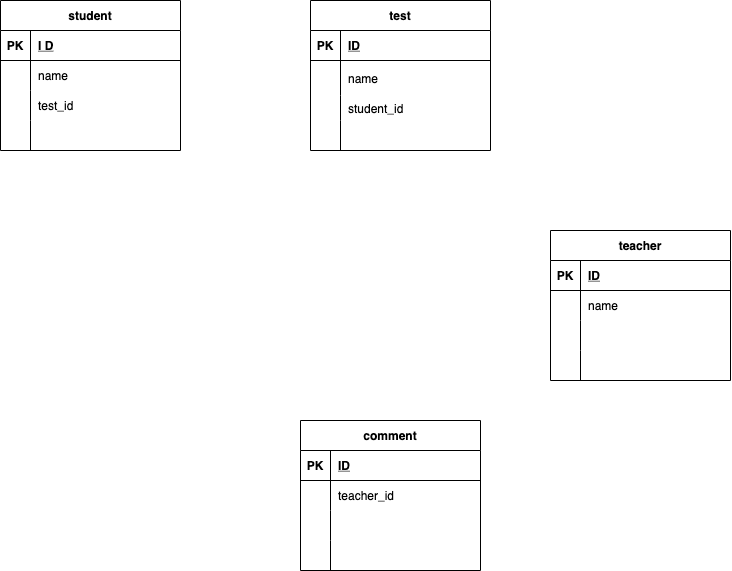
Above: index.drawio.png in daisuke88888/ER (draw.io), before the change. Source tidied: cells renumbered, new cells last; positions are measured from the earlier drawing's top-left corner, leaving out a move shared by most shapes. Source of this version:
```xml
<mxGraphModel>
  <root>
    <mxCell id="0" />
    <mxCell id="1" parent="0" />
    <mxCell id="2" value="student" style="shape=table;startSize=30;rowLines=0;fontStyle=1;align=center;" parent="1" vertex="1">
      <mxGeometry width="180" height="150" as="geometry" />
    </mxCell>
    <mxCell id="3" style="shape=partialRectangle;fillColor=none;top=0;left=0;bottom=1;right=0;" parent="2" vertex="1">
      <mxGeometry y="30" width="180" height="30" as="geometry" />
    </mxCell>
    <mxCell id="4" value="PK" style="shape=partialRectangle;fillColor=none;top=0;left=0;bottom=0;right=0;fontStyle=1;overflow=hidden;" parent="3" vertex="1">
      <mxGeometry width="30" height="30" as="geometry" />
    </mxCell>
    <mxCell id="5" value="I D" style="shape=partialRectangle;fillColor=none;top=0;left=0;bottom=0;right=0;align=left;spacingLeft=6;fontStyle=5;overflow=hidden;" parent="3" vertex="1">
      <mxGeometry x="30" width="150" height="30" as="geometry" />
    </mxCell>
    <mxCell id="6" style="shape=partialRectangle;fillColor=none;top=0;left=0;bottom=0;right=0;" parent="2" vertex="1">
      <mxGeometry y="60" width="180" height="30" as="geometry" />
    </mxCell>
    <mxCell id="7" style="shape=partialRectangle;fillColor=none;top=0;left=0;bottom=0;right=0;overflow=hidden;" parent="6" vertex="1">
      <mxGeometry width="30" height="30" as="geometry" />
    </mxCell>
    <mxCell id="8" value="name " style="shape=partialRectangle;fillColor=none;top=0;left=0;bottom=0;right=0;align=left;spacingLeft=6;overflow=hidden;" parent="6" vertex="1">
      <mxGeometry x="30" width="150" height="30" as="geometry" />
    </mxCell>
    <mxCell id="9" style="shape=partialRectangle;fillColor=none;top=0;left=0;bottom=0;right=0;" parent="2" vertex="1">
      <mxGeometry y="90" width="180" height="30" as="geometry" />
    </mxCell>
    <mxCell id="10" style="shape=partialRectangle;fillColor=none;top=0;left=0;bottom=0;right=0;overflow=hidden;" parent="9" vertex="1">
      <mxGeometry width="30" height="30" as="geometry" />
    </mxCell>
    <mxCell id="11" value="test_id" style="shape=partialRectangle;fillColor=none;top=0;left=0;bottom=0;right=0;align=left;spacingLeft=6;overflow=hidden;" parent="9" vertex="1">
      <mxGeometry x="30" width="150" height="30" as="geometry" />
    </mxCell>
    <mxCell id="12" style="shape=partialRectangle;fillColor=none;top=0;left=0;bottom=0;right=0;" parent="2" vertex="1">
      <mxGeometry y="120" width="180" height="30" as="geometry" />
    </mxCell>
    <mxCell id="13" style="shape=partialRectangle;fillColor=none;top=0;left=0;bottom=0;right=0;overflow=hidden;" parent="12" vertex="1">
      <mxGeometry width="30" height="30" as="geometry" />
    </mxCell>
    <mxCell id="14" style="shape=partialRectangle;fillColor=none;top=0;left=0;bottom=0;right=0;align=left;spacingLeft=6;overflow=hidden;" parent="12" vertex="1">
      <mxGeometry x="30" width="150" height="30" as="geometry" />
    </mxCell>
    <mxCell id="15" value="test" style="shape=table;startSize=30;rowLines=0;fontStyle=1;align=center;" parent="1" vertex="1">
      <mxGeometry x="310" width="180" height="150" as="geometry" />
    </mxCell>
    <mxCell id="16" style="shape=partialRectangle;fillColor=none;top=0;left=0;bottom=1;right=0;" parent="15" vertex="1">
      <mxGeometry y="30" width="180" height="30" as="geometry" />
    </mxCell>
    <mxCell id="17" value="PK" style="shape=partialRectangle;fillColor=none;top=0;left=0;bottom=0;right=0;fontStyle=1;overflow=hidden;" parent="16" vertex="1">
      <mxGeometry width="30" height="30" as="geometry" />
    </mxCell>
    <mxCell id="18" value="ID" style="shape=partialRectangle;fillColor=none;top=0;left=0;bottom=0;right=0;align=left;spacingLeft=6;fontStyle=5;overflow=hidden;" parent="16" vertex="1">
      <mxGeometry x="30" width="150" height="30" as="geometry" />
    </mxCell>
    <mxCell id="19" style="shape=partialRectangle;fillColor=none;top=0;left=0;bottom=0;right=0;" parent="15" vertex="1">
      <mxGeometry y="60" width="180" height="35" as="geometry" />
    </mxCell>
    <mxCell id="20" style="shape=partialRectangle;fillColor=none;top=0;left=0;bottom=0;right=0;overflow=hidden;" parent="19" vertex="1">
      <mxGeometry width="30" height="35" as="geometry" />
    </mxCell>
    <mxCell id="21" value="name" style="shape=partialRectangle;fillColor=none;top=0;left=0;bottom=0;right=0;align=left;spacingLeft=6;overflow=hidden;" parent="19" vertex="1">
      <mxGeometry x="30" width="150" height="35" as="geometry" />
    </mxCell>
    <mxCell id="22" style="shape=partialRectangle;fillColor=none;top=0;left=0;bottom=0;right=0;" parent="15" vertex="1">
      <mxGeometry y="95" width="180" height="25" as="geometry" />
    </mxCell>
    <mxCell id="23" style="shape=partialRectangle;fillColor=none;top=0;left=0;bottom=0;right=0;overflow=hidden;" parent="22" vertex="1">
      <mxGeometry width="30" height="25" as="geometry" />
    </mxCell>
    <mxCell id="24" value="student_id" style="shape=partialRectangle;fillColor=none;top=0;left=0;bottom=0;right=0;align=left;spacingLeft=6;overflow=hidden;" parent="22" vertex="1">
      <mxGeometry x="30" width="150" height="25" as="geometry" />
    </mxCell>
    <mxCell id="25" style="shape=partialRectangle;fillColor=none;top=0;left=0;bottom=0;right=0;points=[[0,0.5],[1,0.5]];portConstraint=eastwest;" parent="15" vertex="1">
      <mxGeometry y="120" width="180" height="30" as="geometry" />
    </mxCell>
    <mxCell id="26" style="shape=partialRectangle;fillColor=none;top=0;left=0;bottom=0;right=0;overflow=hidden;" parent="25" vertex="1">
      <mxGeometry width="30" height="30" as="geometry" />
    </mxCell>
    <mxCell id="27" style="shape=partialRectangle;fillColor=none;top=0;left=0;bottom=0;right=0;align=left;spacingLeft=6;overflow=hidden;" parent="25" vertex="1">
      <mxGeometry x="30" width="150" height="30" as="geometry" />
    </mxCell>
    <mxCell id="28" value="teacher" style="shape=table;startSize=30;rowLines=0;fontStyle=1;align=center;" parent="1" vertex="1">
      <mxGeometry x="550" y="230" width="180" height="150" as="geometry" />
    </mxCell>
    <mxCell id="29" style="shape=partialRectangle;fillColor=none;top=0;left=0;bottom=1;right=0;" parent="28" vertex="1">
      <mxGeometry y="30" width="180" height="30" as="geometry" />
    </mxCell>
    <mxCell id="30" value="PK" style="shape=partialRectangle;fillColor=none;top=0;left=0;bottom=0;right=0;fontStyle=1;overflow=hidden;" parent="29" vertex="1">
      <mxGeometry width="30" height="30" as="geometry" />
    </mxCell>
    <mxCell id="31" value="ID" style="shape=partialRectangle;fillColor=none;top=0;left=0;bottom=0;right=0;align=left;spacingLeft=6;fontStyle=5;overflow=hidden;" parent="29" vertex="1">
      <mxGeometry x="30" width="150" height="30" as="geometry" />
    </mxCell>
    <mxCell id="32" style="shape=partialRectangle;fillColor=none;top=0;left=0;bottom=0;right=0;points=[[0,0.5],[1,0.5]];portConstraint=eastwest;" parent="28" vertex="1">
      <mxGeometry y="60" width="180" height="30" as="geometry" />
    </mxCell>
    <mxCell id="33" style="shape=partialRectangle;fillColor=none;top=0;left=0;bottom=0;right=0;overflow=hidden;" parent="32" vertex="1">
      <mxGeometry width="30" height="30" as="geometry" />
    </mxCell>
    <mxCell id="34" value="name" style="shape=partialRectangle;fillColor=none;top=0;left=0;bottom=0;right=0;align=left;spacingLeft=6;overflow=hidden;" parent="32" vertex="1">
      <mxGeometry x="30" width="150" height="30" as="geometry" />
    </mxCell>
    <mxCell id="35" style="shape=partialRectangle;fillColor=none;top=0;left=0;bottom=0;right=0;" parent="28" vertex="1">
      <mxGeometry y="90" width="180" height="30" as="geometry" />
    </mxCell>
    <mxCell id="36" style="shape=partialRectangle;fillColor=none;top=0;left=0;bottom=0;right=0;overflow=hidden;" parent="35" vertex="1">
      <mxGeometry width="30" height="30" as="geometry" />
    </mxCell>
    <mxCell id="37" style="shape=partialRectangle;fillColor=none;top=0;left=0;bottom=0;right=0;align=left;spacingLeft=6;overflow=hidden;" parent="35" vertex="1">
      <mxGeometry x="30" width="150" height="30" as="geometry" />
    </mxCell>
    <mxCell id="38" style="shape=partialRectangle;fillColor=none;top=0;left=0;bottom=0;right=0;" parent="28" vertex="1">
      <mxGeometry y="120" width="180" height="30" as="geometry" />
    </mxCell>
    <mxCell id="39" style="shape=partialRectangle;fillColor=none;top=0;left=0;bottom=0;right=0;overflow=hidden;" parent="38" vertex="1">
      <mxGeometry width="30" height="30" as="geometry" />
    </mxCell>
    <mxCell id="40" style="shape=partialRectangle;fillColor=none;top=0;left=0;bottom=0;right=0;align=left;spacingLeft=6;overflow=hidden;" parent="38" vertex="1">
      <mxGeometry x="30" width="150" height="30" as="geometry" />
    </mxCell>
    <mxCell id="41" value="comment" style="shape=table;startSize=30;rowLines=0;fontStyle=1;align=center;" parent="1" vertex="1">
      <mxGeometry x="300" y="420" width="180" height="150" as="geometry" />
    </mxCell>
    <mxCell id="42" style="shape=partialRectangle;fillColor=none;top=0;left=0;bottom=1;right=0;" parent="41" vertex="1">
      <mxGeometry y="30" width="180" height="30" as="geometry" />
    </mxCell>
    <mxCell id="43" value="PK" style="shape=partialRectangle;fillColor=none;top=0;left=0;bottom=0;right=0;fontStyle=1;overflow=hidden;" parent="42" vertex="1">
      <mxGeometry width="30" height="30" as="geometry" />
    </mxCell>
    <mxCell id="44" value="ID" style="shape=partialRectangle;fillColor=none;top=0;left=0;bottom=0;right=0;align=left;spacingLeft=6;fontStyle=5;overflow=hidden;" parent="42" vertex="1">
      <mxGeometry x="30" width="150" height="30" as="geometry" />
    </mxCell>
    <mxCell id="45" style="shape=partialRectangle;fillColor=none;top=0;left=0;bottom=0;right=0;" parent="41" vertex="1">
      <mxGeometry y="60" width="180" height="30" as="geometry" />
    </mxCell>
    <mxCell id="46" style="shape=partialRectangle;fillColor=none;top=0;left=0;bottom=0;right=0;overflow=hidden;" parent="45" vertex="1">
      <mxGeometry width="30" height="30" as="geometry" />
    </mxCell>
    <mxCell id="47" value="teacher_id" style="shape=partialRectangle;fillColor=none;top=0;left=0;bottom=0;right=0;align=left;spacingLeft=6;overflow=hidden;" parent="45" vertex="1">
      <mxGeometry x="30" width="150" height="30" as="geometry" />
    </mxCell>
    <mxCell id="48" style="shape=partialRectangle;fillColor=none;top=0;left=0;bottom=0;right=0;" parent="41" vertex="1">
      <mxGeometry y="90" width="180" height="30" as="geometry" />
    </mxCell>
    <mxCell id="49" style="shape=partialRectangle;fillColor=none;top=0;left=0;bottom=0;right=0;overflow=hidden;" parent="48" vertex="1">
      <mxGeometry width="30" height="30" as="geometry" />
    </mxCell>
    <mxCell id="50" style="shape=partialRectangle;fillColor=none;top=0;left=0;bottom=0;right=0;align=left;spacingLeft=6;overflow=hidden;" parent="48" vertex="1">
      <mxGeometry x="30" width="150" height="30" as="geometry" />
    </mxCell>
    <mxCell id="51" style="shape=partialRectangle;fillColor=none;top=0;left=0;bottom=0;right=0;" parent="41" vertex="1">
      <mxGeometry y="120" width="180" height="30" as="geometry" />
    </mxCell>
    <mxCell id="52" style="shape=partialRectangle;fillColor=none;top=0;left=0;bottom=0;right=0;overflow=hidden;" parent="51" vertex="1">
      <mxGeometry width="30" height="30" as="geometry" />
    </mxCell>
    <mxCell id="53" style="shape=partialRectangle;fillColor=none;top=0;left=0;bottom=0;right=0;align=left;spacingLeft=6;overflow=hidden;" parent="51" vertex="1">
      <mxGeometry x="30" width="150" height="30" as="geometry" />
    </mxCell>
  </root>
</mxGraphModel>
```
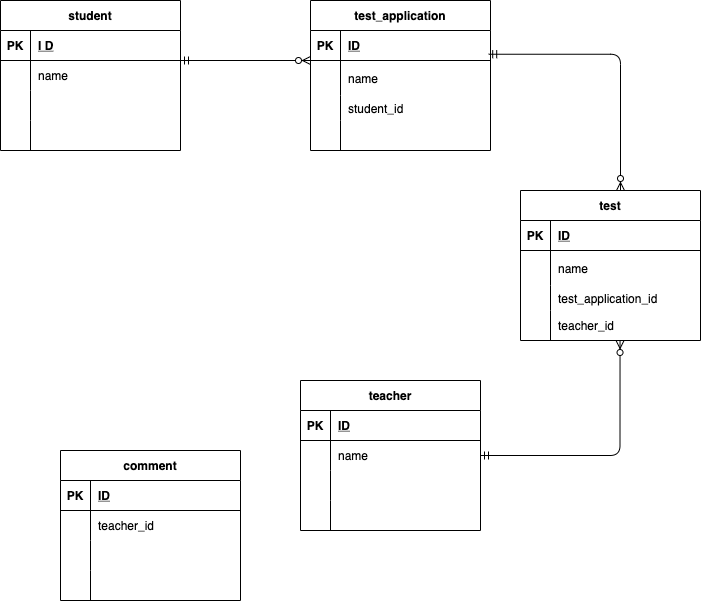
The same file after the commit.

What changed in the source:
```diff
@@ -29,7 +29,7 @@
     <mxCell id="10" style="shape=partialRectangle;fillColor=none;top=0;left=0;bottom=0;right=0;overflow=hidden;" parent="9" vertex="1">
       <mxGeometry width="30" height="30" as="geometry" />
     </mxCell>
-    <mxCell id="11" value="test_id" style="shape=partialRectangle;fillColor=none;top=0;left=0;bottom=0;right=0;align=left;spacingLeft=6;overflow=hidden;" parent="9" vertex="1">
+    <mxCell id="11" style="shape=partialRectangle;fillColor=none;top=0;left=0;bottom=0;right=0;align=left;spacingLeft=6;overflow=hidden;" parent="9" vertex="1">
       <mxGeometry x="30" width="150" height="30" as="geometry" />
     </mxCell>
     <mxCell id="12" style="shape=partialRectangle;fillColor=none;top=0;left=0;bottom=0;right=0;" parent="2" vertex="1">
@@ -42,7 +42,7 @@
       <mxGeometry x="30" width="150" height="30" as="geometry" />
     </mxCell>
     <mxCell id="15" value="test" style="shape=table;startSize=30;rowLines=0;fontStyle=1;align=center;" parent="1" vertex="1">
-      <mxGeometry x="310" width="180" height="150" as="geometry" />
+      <mxGeometry x="520" y="190" width="180" height="150" as="geometry" />
     </mxCell>
     <mxCell id="16" style="shape=partialRectangle;fillColor=none;top=0;left=0;bottom=1;right=0;" parent="15" vertex="1">
       <mxGeometry y="30" width="180" height="30" as="geometry" />
@@ -68,7 +68,7 @@
     <mxCell id="23" style="shape=partialRectangle;fillColor=none;top=0;left=0;bottom=0;right=0;overflow=hidden;" parent="22" vertex="1">
       <mxGeometry width="30" height="25" as="geometry" />
     </mxCell>
-    <mxCell id="24" value="student_id" style="shape=partialRectangle;fillColor=none;top=0;left=0;bottom=0;right=0;align=left;spacingLeft=6;overflow=hidden;" parent="22" vertex="1">
+    <mxCell id="24" value="test_application_id" style="shape=partialRectangle;fillColor=none;top=0;left=0;bottom=0;right=0;align=left;spacingLeft=6;overflow=hidden;" parent="22" vertex="1">
       <mxGeometry x="30" width="150" height="25" as="geometry" />
     </mxCell>
     <mxCell id="25" style="shape=partialRectangle;fillColor=none;top=0;left=0;bottom=0;right=0;points=[[0,0.5],[1,0.5]];portConstraint=eastwest;" parent="15" vertex="1">
@@ -77,11 +77,11 @@
     <mxCell id="26" style="shape=partialRectangle;fillColor=none;top=0;left=0;bottom=0;right=0;overflow=hidden;" parent="25" vertex="1">
       <mxGeometry width="30" height="30" as="geometry" />
     </mxCell>
-    <mxCell id="27" style="shape=partialRectangle;fillColor=none;top=0;left=0;bottom=0;right=0;align=left;spacingLeft=6;overflow=hidden;" parent="25" vertex="1">
+    <mxCell id="27" value="teacher_id" style="shape=partialRectangle;fillColor=none;top=0;left=0;bottom=0;right=0;align=left;spacingLeft=6;overflow=hidden;" parent="25" vertex="1">
       <mxGeometry x="30" width="150" height="30" as="geometry" />
     </mxCell>
     <mxCell id="28" value="teacher" style="shape=table;startSize=30;rowLines=0;fontStyle=1;align=center;" parent="1" vertex="1">
-      <mxGeometry x="550" y="230" width="180" height="150" as="geometry" />
+      <mxGeometry x="300" y="380" width="180" height="150" as="geometry" />
     </mxCell>
     <mxCell id="29" style="shape=partialRectangle;fillColor=none;top=0;left=0;bottom=1;right=0;" parent="28" vertex="1">
       <mxGeometry y="30" width="180" height="30" as="geometry" />
@@ -120,7 +120,7 @@
       <mxGeometry x="30" width="150" height="30" as="geometry" />
     </mxCell>
     <mxCell id="41" value="comment" style="shape=table;startSize=30;rowLines=0;fontStyle=1;align=center;" parent="1" vertex="1">
-      <mxGeometry x="300" y="420" width="180" height="150" as="geometry" />
+      <mxGeometry x="60" y="450" width="180" height="150" as="geometry" />
     </mxCell>
     <mxCell id="42" style="shape=partialRectangle;fillColor=none;top=0;left=0;bottom=1;right=0;" parent="41" vertex="1">
       <mxGeometry y="30" width="180" height="30" as="geometry" />
@@ -158,5 +158,58 @@
     <mxCell id="53" style="shape=partialRectangle;fillColor=none;top=0;left=0;bottom=0;right=0;align=left;spacingLeft=6;overflow=hidden;" parent="51" vertex="1">
       <mxGeometry x="30" width="150" height="30" as="geometry" />
     </mxCell>
+    <mxCell id="54" style="fontSize=12;html=1;endArrow=ERzeroToMany;startArrow=ERmandOne;" parent="1" edge="1">
+      <mxGeometry relative="1" as="geometry">
+        <mxPoint x="180" y="60" as="sourcePoint" />
+        <mxPoint x="310" y="60" as="targetPoint" />
+      </mxGeometry>
+    </mxCell>
+    <mxCell id="55" value="test_application" style="shape=table;startSize=30;rowLines=0;fontStyle=1;align=center;" parent="1" vertex="1">
+      <mxGeometry x="310" width="180" height="150" as="geometry" />
+    </mxCell>
+    <mxCell id="56" style="shape=partialRectangle;fillColor=none;top=0;left=0;bottom=1;right=0;" parent="55" vertex="1">
+      <mxGeometry y="30" width="180" height="30" as="geometry" />
+    </mxCell>
+    <mxCell id="57" value="PK" style="shape=partialRectangle;fillColor=none;top=0;left=0;bottom=0;right=0;fontStyle=1;overflow=hidden;" parent="56" vertex="1">
+      <mxGeometry width="30" height="30" as="geometry" />
+    </mxCell>
+    <mxCell id="58" value="ID" style="shape=partialRectangle;fillColor=none;top=0;left=0;bottom=0;right=0;align=left;spacingLeft=6;fontStyle=5;overflow=hidden;" parent="56" vertex="1">
+      <mxGeometry x="30" width="150" height="30" as="geometry" />
+    </mxCell>
+    <mxCell id="59" style="shape=partialRectangle;fillColor=none;top=0;left=0;bottom=0;right=0;points=[[0,0.5],[1,0.5]];portConstraint=eastwest;" parent="55" vertex="1">
+      <mxGeometry y="60" width="180" height="35" as="geometry" />
+    </mxCell>
+    <mxCell id="60" style="shape=partialRectangle;fillColor=none;top=0;left=0;bottom=0;right=0;overflow=hidden;" parent="59" vertex="1">
+      <mxGeometry width="30" height="35" as="geometry" />
+    </mxCell>
+    <mxCell id="61" value="name" style="shape=partialRectangle;fillColor=none;top=0;left=0;bottom=0;right=0;align=left;spacingLeft=6;overflow=hidden;" parent="59" vertex="1">
+      <mxGeometry x="30" width="150" height="35" as="geometry" />
+    </mxCell>
+    <mxCell id="62" style="shape=partialRectangle;fillColor=none;top=0;left=0;bottom=0;right=0;" parent="55" vertex="1">
+      <mxGeometry y="95" width="180" height="25" as="geometry" />
+    </mxCell>
+    <mxCell id="63" style="shape=partialRectangle;fillColor=none;top=0;left=0;bottom=0;right=0;overflow=hidden;" parent="62" vertex="1">
+      <mxGeometry width="30" height="25" as="geometry" />
+    </mxCell>
+    <mxCell id="64" value="student_id" style="shape=partialRectangle;fillColor=none;top=0;left=0;bottom=0;right=0;align=left;spacingLeft=6;overflow=hidden;" parent="62" vertex="1">
+      <mxGeometry x="30" width="150" height="25" as="geometry" />
+    </mxCell>
+    <mxCell id="65" style="shape=partialRectangle;fillColor=none;top=0;left=0;bottom=0;right=0;" parent="55" vertex="1">
+      <mxGeometry y="120" width="180" height="30" as="geometry" />
+    </mxCell>
+    <mxCell id="66" style="shape=partialRectangle;fillColor=none;top=0;left=0;bottom=0;right=0;overflow=hidden;" parent="65" vertex="1">
+      <mxGeometry width="30" height="30" as="geometry" />
+    </mxCell>
+    <mxCell id="67" style="shape=partialRectangle;fillColor=none;top=0;left=0;bottom=0;right=0;align=left;spacingLeft=6;overflow=hidden;" parent="65" vertex="1">
+      <mxGeometry x="30" width="150" height="30" as="geometry" />
+    </mxCell>
+    <mxCell id="68" style="fontSize=12;html=1;endArrow=ERzeroToMany;startArrow=ERmandOne;exitX=0.99;exitY=-0.179;exitDx=0;exitDy=0;exitPerimeter=0;edgeStyle=orthogonalEdgeStyle;" parent="1" edge="1" source="59">
+      <mxGeometry relative="1" as="geometry">
+        <mxPoint x="620" y="190" as="targetPoint" />
+      </mxGeometry>
+    </mxCell>
+    <mxCell id="69" style="fontSize=12;html=1;endArrow=ERzeroToMany;startArrow=ERmandOne;exitX=1;exitY=0.5;exitDx=0;exitDy=0;entryX=0.553;entryY=1;entryDx=0;entryDy=0;entryPerimeter=0;edgeStyle=orthogonalEdgeStyle;" parent="1" edge="1" source="32" target="25">
+      <mxGeometry relative="1" as="geometry" />
+    </mxCell>
   </root>
 </mxGraphModel>
```
